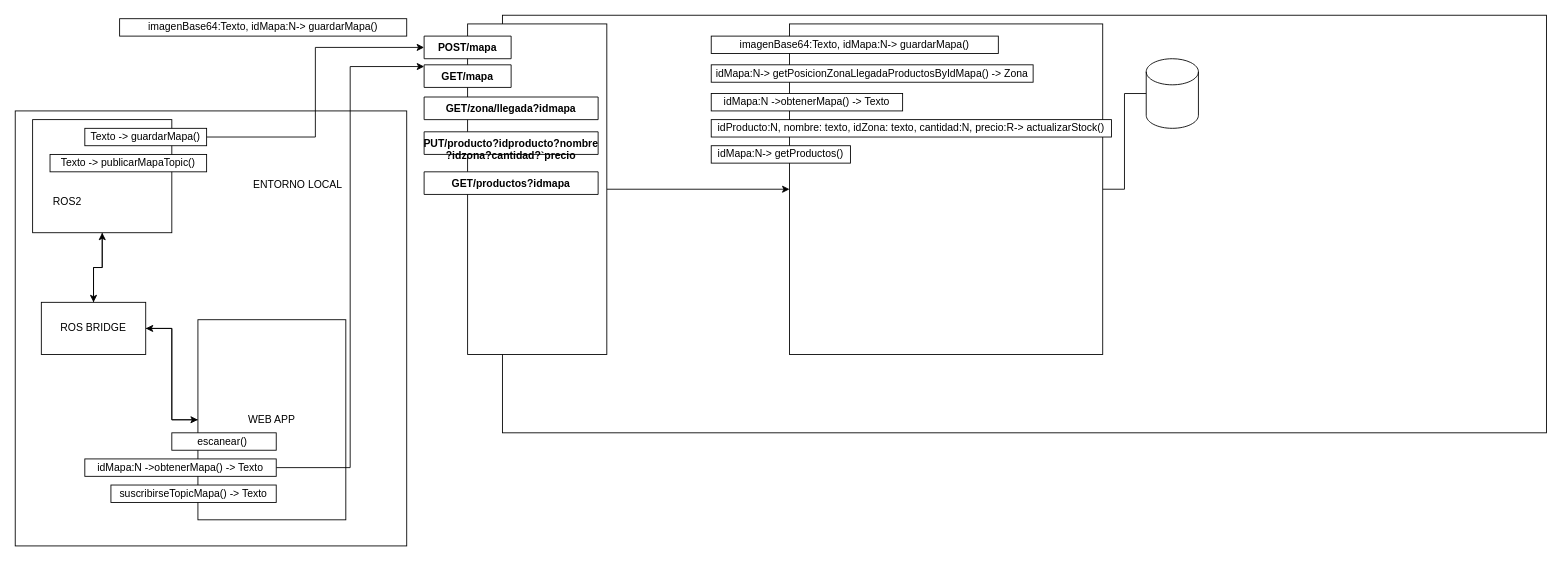
This is page "Logica Negocio" (1 of 2) of doc/DiagramaBloquesYBD.drawio from GTI-3B-ProyectoRobotica/Automatix-Backend, a draw.io file, before an edit. Source tidied: cells renumbered, new cells numbered last; positions are measured from the earlier drawing's top-left corner, leaving out a move shared by most shapes. Both pictures are drawn from the tidied source at 87%, with x=0, y=0 at pixel (15, 15).
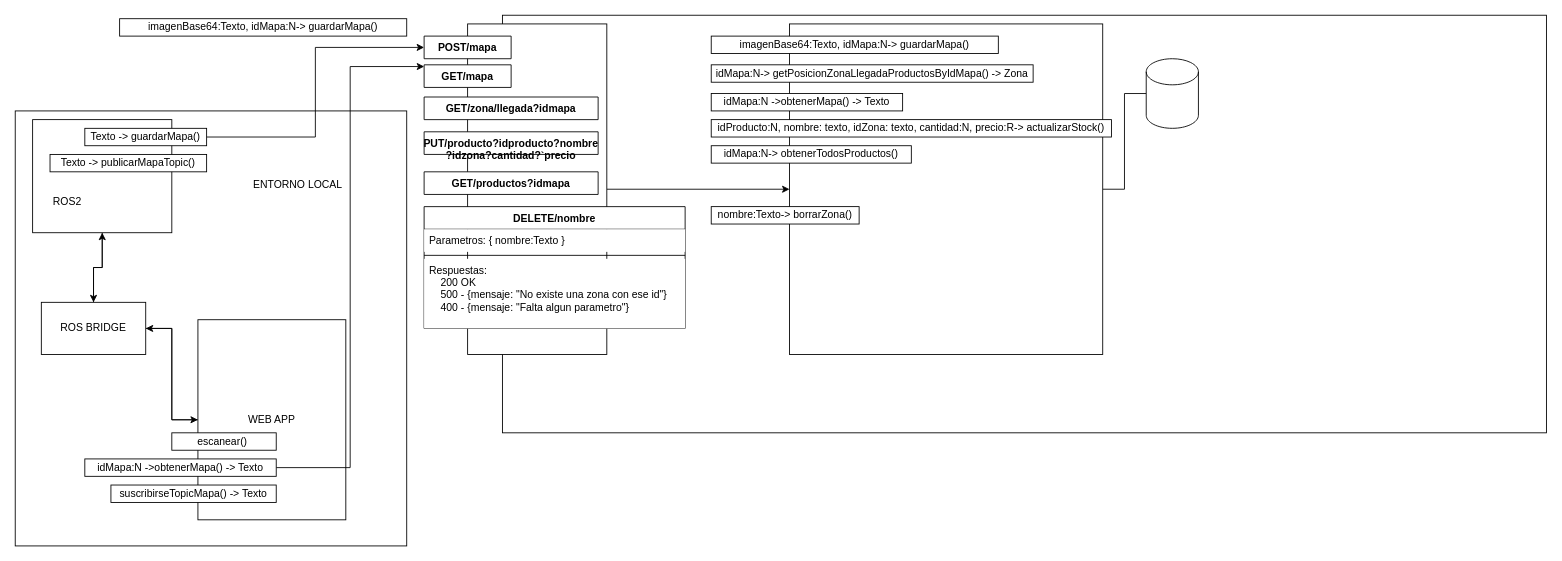
The same page after the edit.

Commit message (it also covers changes not shown here):
AX - H5  - 1 Lógica negocio borrar zona

Diff of the diagram source:
```diff
@@
-    <mxCell id="35" value="idMapa:N-&amp;gt; getProductos()" style="rounded=0;whiteSpace=wrap;html=1;" parent="1" vertex="1">
-      <mxGeometry x="800" y="150" width="160" height="20" as="geometry" />
+    <mxCell id="35" value="idMapa:N-&amp;gt; obtenerTodosProductos()" style="rounded=0;whiteSpace=wrap;html=1;" parent="1" vertex="1">
+      <mxGeometry x="800" y="150" width="230" height="20" as="geometry" />
     </mxCell>
+    <mxCell id="36" value="DELETE/nombre" style="swimlane;fontStyle=1;align=center;verticalAlign=top;horizontal=1;startSize=26;" parent="1" vertex="1">
+      <mxGeometry x="470" y="220" width="300" height="140" as="geometry" />
+    </mxCell>
+    <mxCell id="37" value="Parametros: { nombre:Texto }" style="text;strokeColor=none;fillColor=default;align=left;verticalAlign=top;spacingLeft=4;spacingRight=4;overflow=hidden;" parent="36" vertex="1">
+      <mxGeometry y="26" width="300" height="26" as="geometry" />
+    </mxCell>
+    <mxCell id="38" style="line;strokeWidth=1;fillColor=none;align=left;verticalAlign=middle;spacingTop=-1;spacingLeft=3;spacingRight=3;labelPosition=right;" parent="36" vertex="1">
+      <mxGeometry y="52" width="300" height="8" as="geometry" />
+    </mxCell>
+    <mxCell id="39" value="Respuestas:&#10;    200 OK&#10;    500 - {mensaje: &quot;No existe una zona con ese id&quot;}&#10;    400 - {mensaje: &quot;Falta algun parametro&quot;}" style="text;align=left;verticalAlign=top;spacingLeft=4;spacingRight=4;overflow=hidden;fillColor=default;" parent="36" vertex="1">
+      <mxGeometry y="60" width="300" height="80" as="geometry" />
+    </mxCell>
+    <mxCell id="40" value="nombre:Texto-&amp;gt; borrarZona()" style="rounded=0;whiteSpace=wrap;html=1;" parent="1" vertex="1">
+      <mxGeometry x="800" y="220" width="170" height="20" as="geometry" />
+    </mxCell>
```
